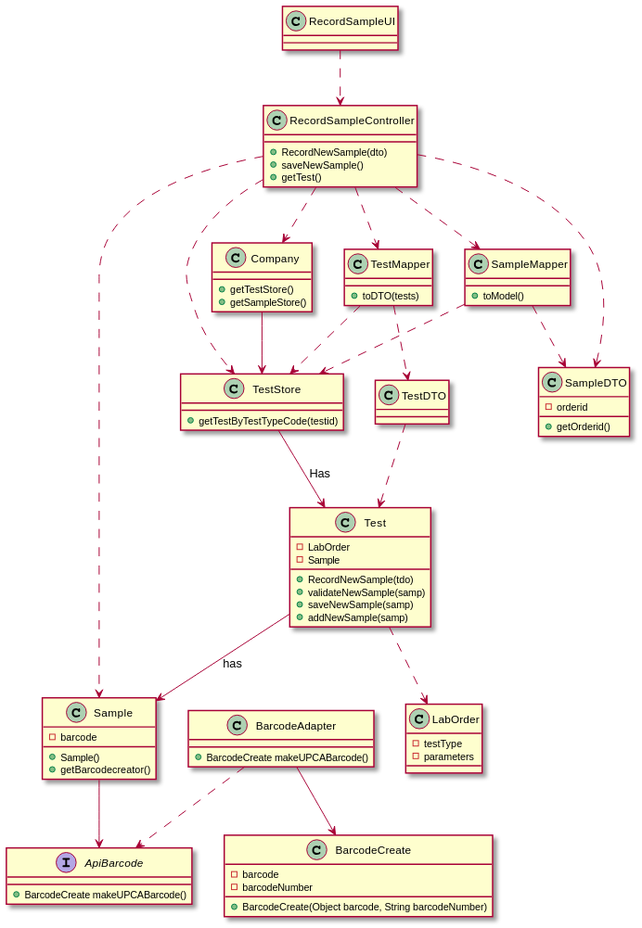
Before: docs/SprintC/US5_RecordTheSample/US005_CD.svg, a diagram exported from PlantUML (Pedromaia26/LAPR2-ISEP).
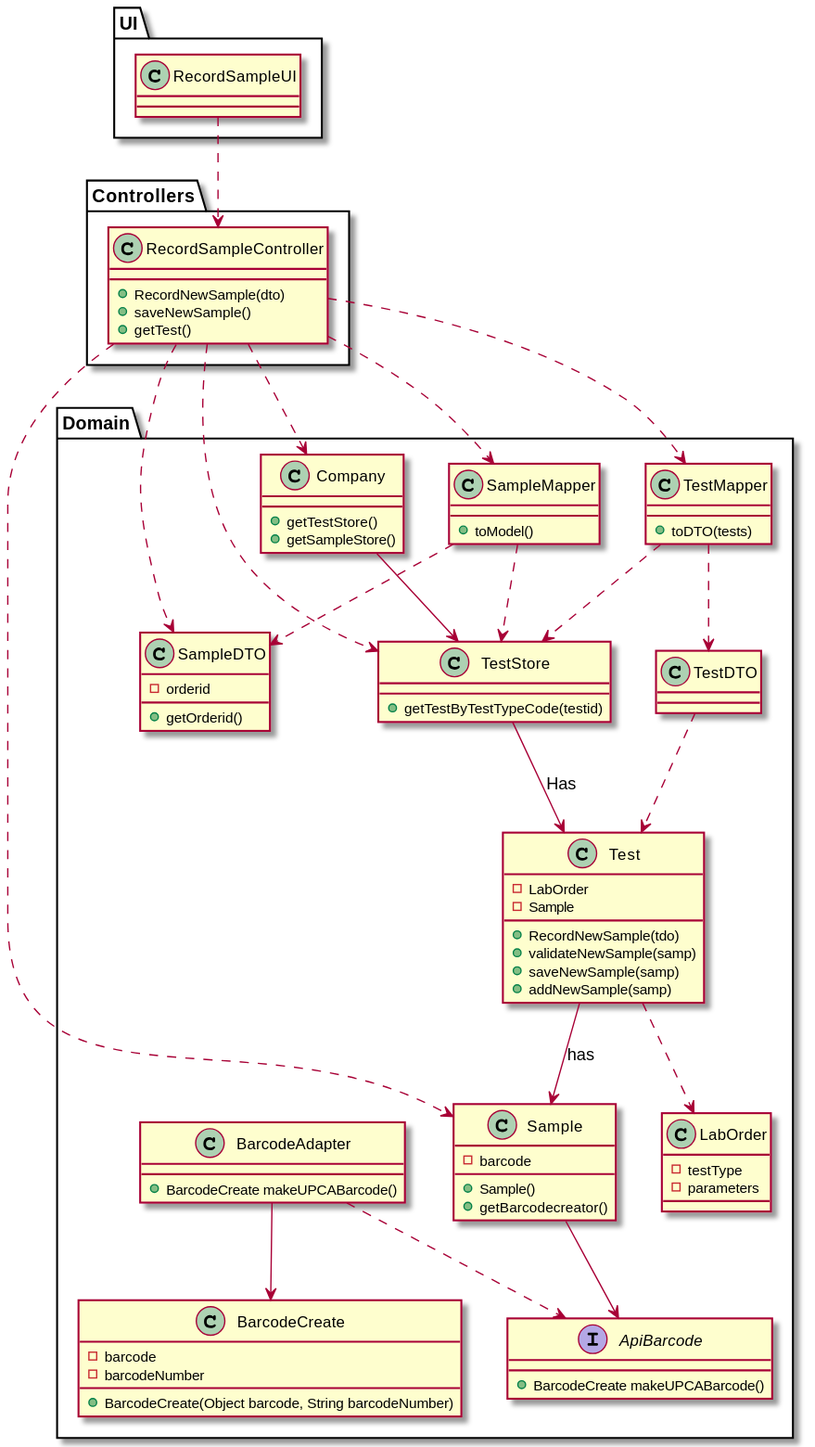
The same diagram one commit later.

Change to the diagram source:
```diff
@@ -1,5 +1,25 @@
 @startuml
+package "UI" {
+  Class RecordSampleUI
+}
+package "Controllers" {
+ Class RecordSampleController
+}
+package "Domain" {
+ Class Company
+Class Sample
+Class TestMapper
+Class SampleDTO
+Class SampleMapper
+Class TestStore
+Class Test
+Class TestDTO
+Class LabOrder
 Interface ApiBarcode
+Class BarcodeAdapter
+Class BarcodeCreate
+}
+
 
 RecordSampleUI ..> RecordSampleController
 RecordSampleController..>Company
@@ -8,6 +28,11 @@
 RecordSampleController..>SampleDTO
 RecordSampleController..>SampleMapper
 RecordSampleController..>TestStore
+
+
+
+
+
 
 
 
```
